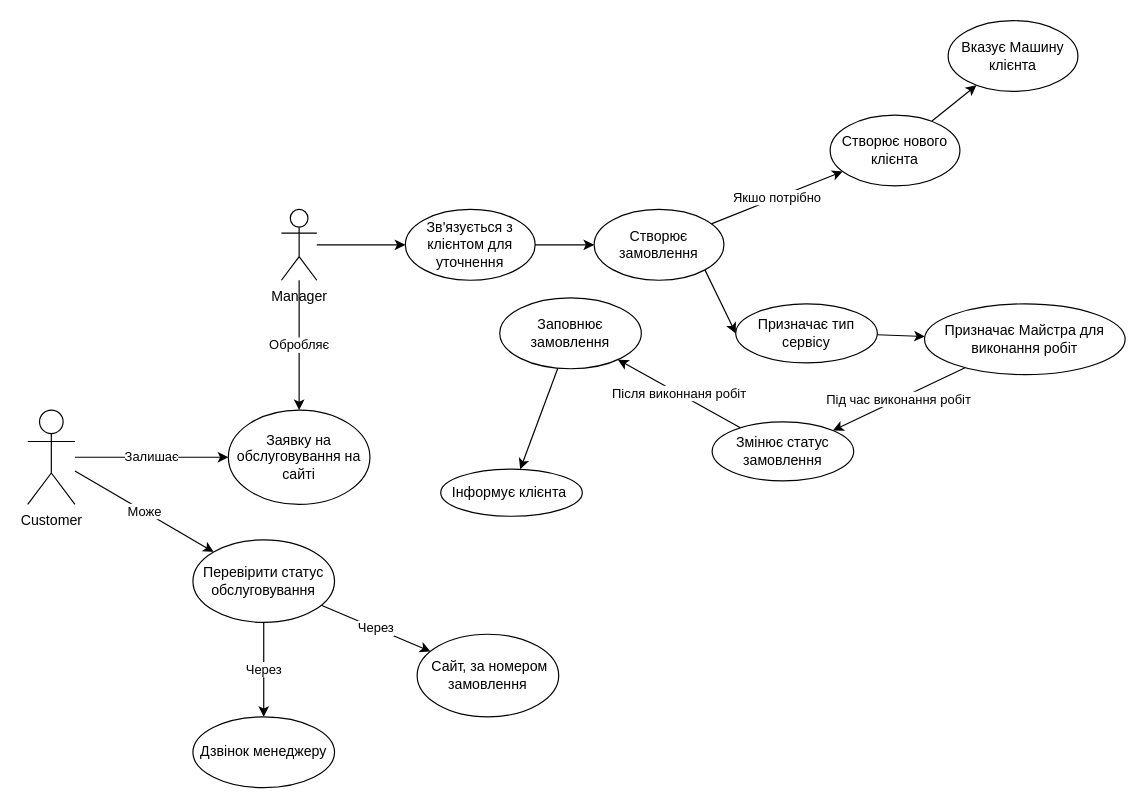
Biholar/Autoservcie keeps this draw.io diagram as page "User Flow" (2 of 4) of Diagram.drawio. Above is the earlier version. Source tidied: cells renumbered, new cells numbered last; positions are measured from the earlier drawing's top-left corner, leaving out a move shared by most shapes. Both pictures are drawn from the tidied source at 118%, with x=0, y=0 at pixel (27, 20).
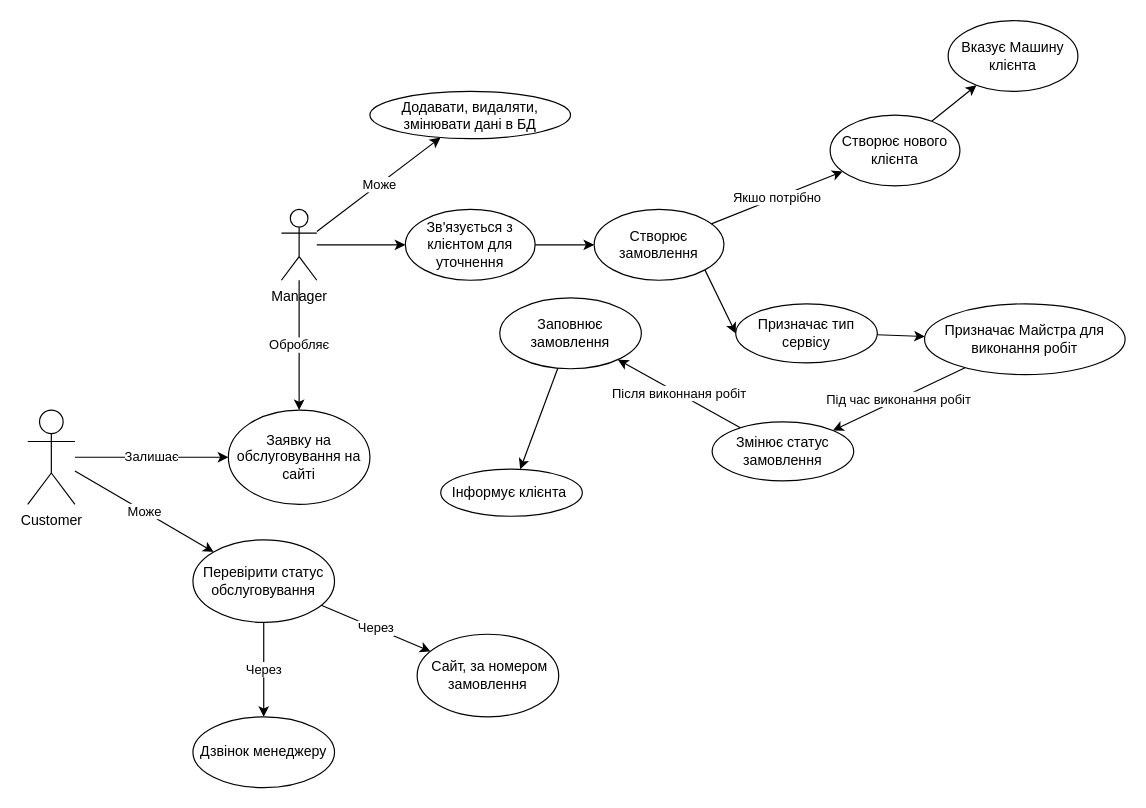
The same page after the edit.

The change refers to these unchanged cells:
```xml
<mxCell id="12" value="Manager" style="shape=umlActor;verticalLabelPosition=bottom;verticalAlign=top;html=1;outlineConnect=0;" parent="1" vertex="1">
  <mxGeometry x="215" y="160" width="30" height="60" as="geometry" />
</mxCell>
```

What changed in the source:
```diff
@@
+    <mxCell id="31" value="Може" style="rounded=0;jettySize=auto;html=1;" parent="1" edge="1" source="12" target="32">
+      <mxGeometry relative="1" as="geometry" />
+    </mxCell>
@@
+    <mxCell id="32" value="Додавати, видаляти, змінювати дані в БД" style="ellipse;whiteSpace=wrap;html=1;verticalAlign=top;" parent="1" vertex="1">
+      <mxGeometry x="290" y="60" width="170" height="40" as="geometry" />
+    </mxCell>
```
